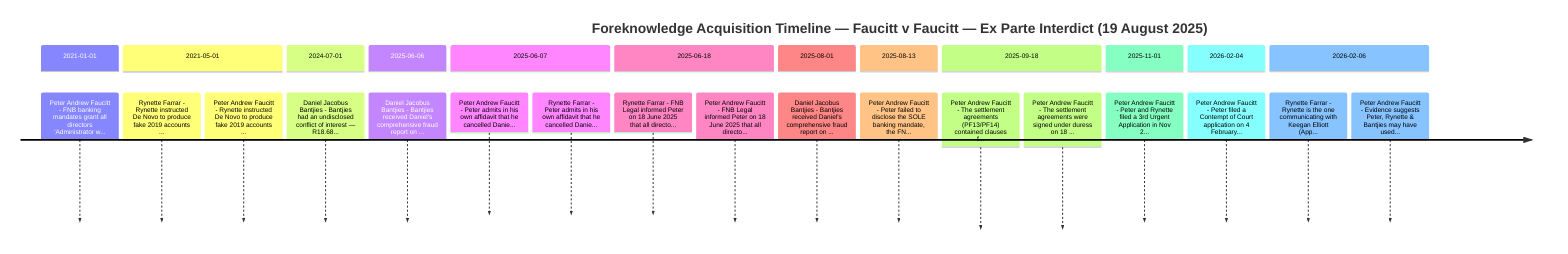
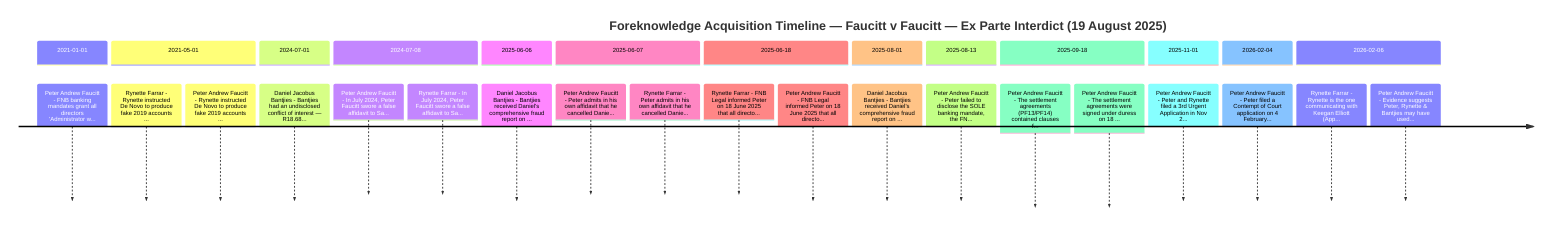
timeline
    title Foreknowledge Acquisition Timeline — Faucitt v Faucitt — Ex Parte Interdict (19 August 2025)
    section 2021-01-01
        Peter Andrew Faucitt - FNB banking mandates grant all directors 'Administrator w...
    section 2021-05-01
        Rynette Farrar - Rynette instructed De Novo to produce fake 2019 accounts ...
        Peter Andrew Faucitt - Rynette instructed De Novo to produce fake 2019 accounts ...
    section 2024-07-01
        Daniel Jacobus Bantjies - Bantjies had an undisclosed conflict of interest — R18.68...
+     section 2024-07-08
+         Peter Andrew Faucitt - In July 2024, Peter Faucitt swore a false affidavit to Sa...
+         Rynette Farrar - In July 2024, Peter Faucitt swore a false affidavit to Sa...
    section 2025-06-06
        Daniel Jacobus Bantjies - Bantjies received Daniel's comprehensive fraud report on ...
    section 2025-06-07
        Peter Andrew Faucitt - Peter admits in his own affidavit that he cancelled Danie...
        Rynette Farrar - Peter admits in his own affidavit that he cancelled Danie...
    section 2025-06-18
        Rynette Farrar - FNB Legal informed Peter on 18 June 2025 that all directo...
        Peter Andrew Faucitt - FNB Legal informed Peter on 18 June 2025 that all directo...
    section 2025-08-01
        Daniel Jacobus Bantjies - Bantjies received Daniel's comprehensive fraud report on ...
    section 2025-08-13
        Peter Andrew Faucitt - Peter failed to disclose the SOLE banking mandate, the FN...
    section 2025-09-18
        Peter Andrew Faucitt - The settlement agreements (PF13/PF14) contained clauses f...
        Peter Andrew Faucitt - The settlement agreements were signed under duress on 18 ...
    section 2025-11-01
        Peter Andrew Faucitt - Peter and Rynette filed a 3rd Urgent Application in Nov 2...
    section 2026-02-04
        Peter Andrew Faucitt - Peter filed a Contempt of Court application on 4 February...
    section 2026-02-06
        Rynette Farrar - Rynette is the one communicating with Keegan Elliott (App...
        Peter Andrew Faucitt - Evidence suggests Peter, Rynette & Bantjies may have used...